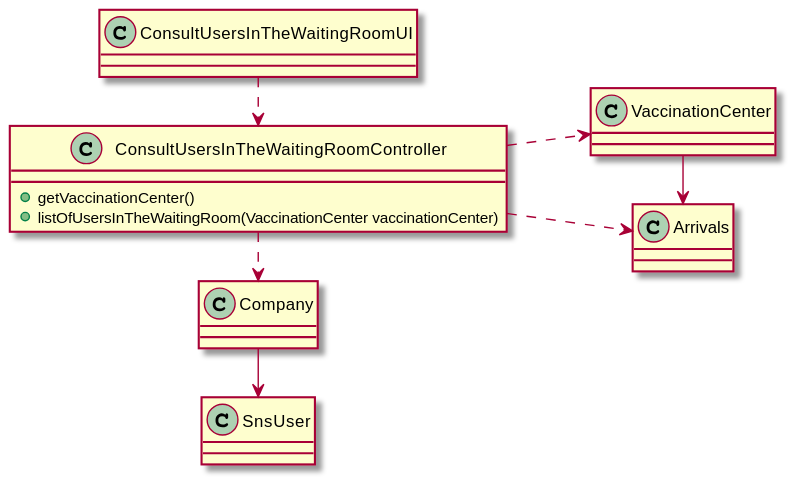
Earlier version of the PlantUML export docs/SprintC/US005/US005_CD.svg (Pirussa/lei-22-s2-1da-g02).
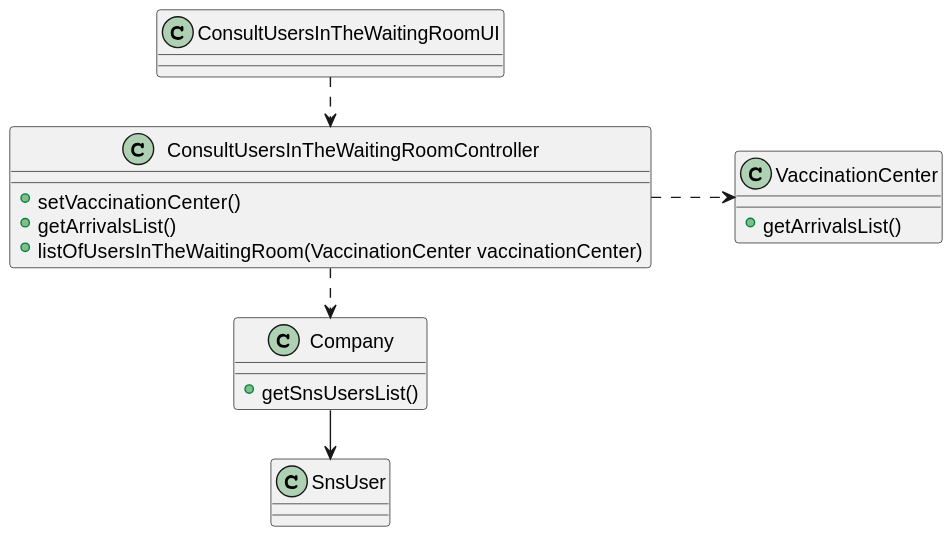
The same diagram one commit later.

What changed in the source:
```diff
@@ -6,15 +6,19 @@
 class ConsultUsersInTheWaitingRoomUI
 
 class ConsultUsersInTheWaitingRoomController{
-+getVaccinationCenter()
++setVaccinationCenter()
++getArrivalsList()
 +listOfUsersInTheWaitingRoom(VaccinationCenter vaccinationCenter)
 }
 
-class Arrivals
 
-class VaccinationCenter
+class VaccinationCenter{
++getArrivalsList()
+}
 
-class Company
+class Company{
++getSnsUsersList()
+}
 
 class SnsUser
 
@@ -22,11 +26,9 @@
 left to right direction
 
 ConsultUsersInTheWaitingRoomUI .> ConsultUsersInTheWaitingRoomController
-ConsultUsersInTheWaitingRoomController ..> Arrivals
 ConsultUsersInTheWaitingRoomController .r.> Company
 Company -> SnsUser
 ConsultUsersInTheWaitingRoomController ..> VaccinationCenter
-VaccinationCenter->Arrivals
 
 
 @enduml
```
